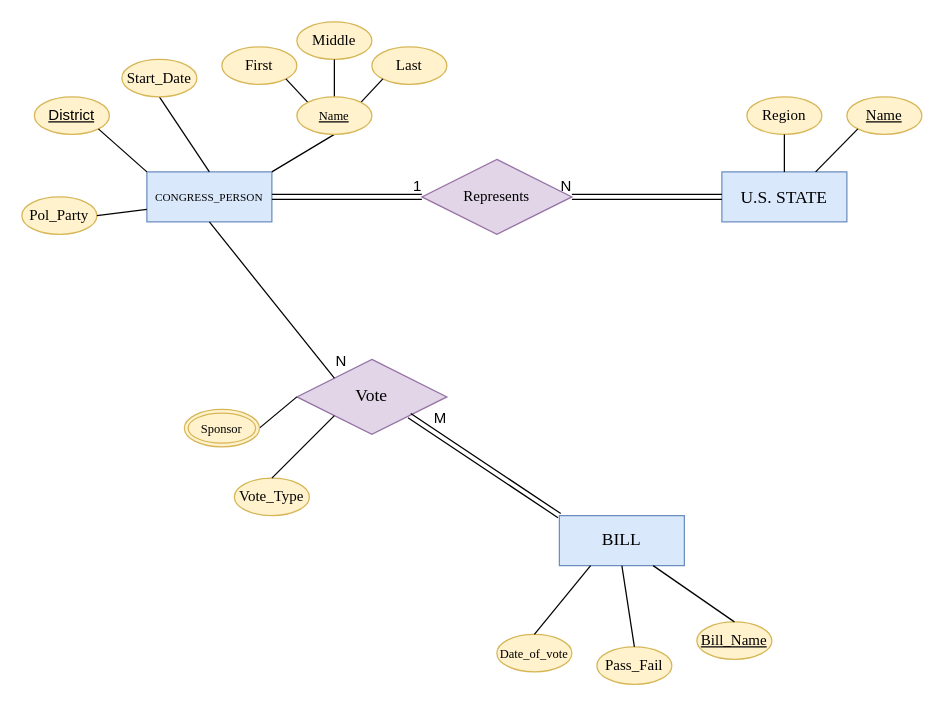
Earlier version of the draw.io diagram US_HouseofReps_ER.drawio (cameron-ellis/US-HouseofReps-ER). Source tidied: cells renumbered, new cells numbered last; positions are measured from the earlier drawing's top-left corner, leaving out a move shared by most shapes. Both pictures are drawn from the tidied source at 125%, with x=0, y=0 at pixel (21, 21).
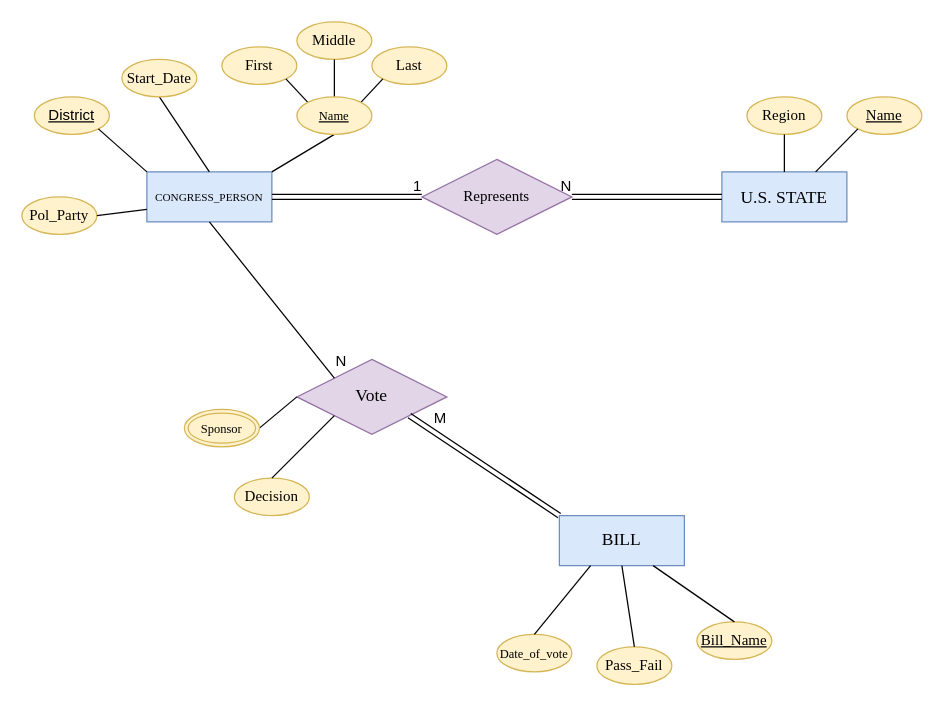
After the change.

Commit message:
changed Vote_Type to Decision for clarity

The edit, as a diff of the source:
```diff
@@
-    <mxCell id="35" value="Vote_Type" style="ellipse;whiteSpace=wrap;html=1;align=center;fontFamily=Times New Roman;fontSize=12;fillColor=#fff2cc;strokeColor=#d6b656;" parent="1" vertex="1">
+    <mxCell id="35" value="Decision" style="ellipse;whiteSpace=wrap;html=1;align=center;fontFamily=Times New Roman;fontSize=12;fillColor=#fff2cc;strokeColor=#d6b656;" parent="1" vertex="1">
       <mxGeometry x="170" y="365" width="60" height="30" as="geometry" />
     </mxCell>
```
